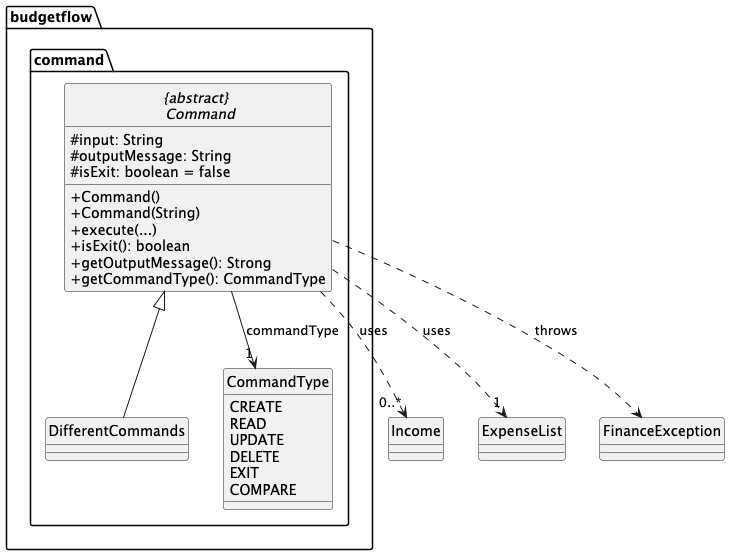
thienkimtranhoang/tp keeps this PlantUML diagram as docs/images/Command_class.png. Above is the earlier version.
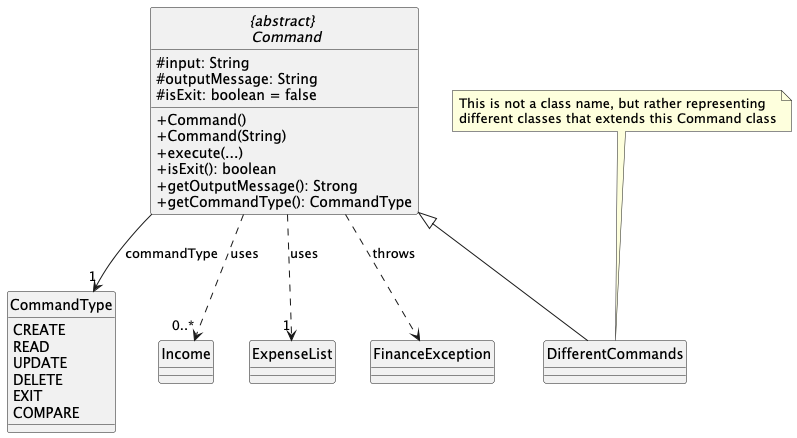
After the commit.

Commit message:
update sequence diagram for command class, ui

Diff of the diagram source:
```diff
@@ -1,27 +1,29 @@
 @startuml
 hide circle
 skinparam classAttributeIconSize 0
-package budgetflow.command {
-    abstract class "{abstract} \n Command" {
-        #input: String
-        #outputMessage: String
-        #isExit: boolean = false
-        +Command()
-        +Command(String)
-        +execute(...)
-        +isExit(): boolean
-        +getOutputMessage(): Strong
-        +getCommandType(): CommandType
-    }
-    class DifferentCommands
-    enum CommandType {
-    CREATE
-    READ
-    UPDATE
-    DELETE
-    EXIT
-    COMPARE
-    }
+abstract class "{abstract} \n Command" {
+    #input: String
+    #outputMessage: String
+    #isExit: boolean = false
+    +Command()
+    +Command(String)
+    +execute(...)
+    +isExit(): boolean
+    +getOutputMessage(): Strong
+    +getCommandType(): CommandType
+}
+class DifferentCommands
+note top of DifferentCommands {
+    This is not a class name, but rather representing
+    different classes that extends this Command class
+}
+enum CommandType {
+CREATE
+READ
+UPDATE
+DELETE
+EXIT
+COMPARE
 }
 
 class Income
```
